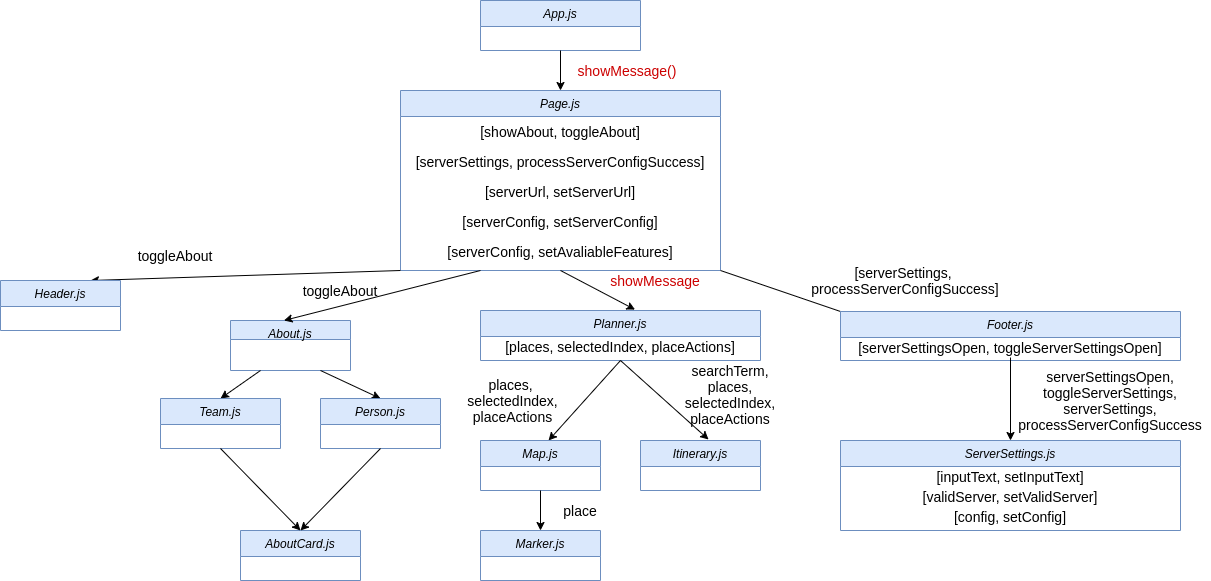
Earlier version of the draw.io export reports/images/ClientComponentDiagramSP2.png (tmanbarton/cs314Project). Source tidied: cells renumbered, new cells last; positions are measured from the earlier drawing's top-left corner, leaving out a move shared by most shapes.
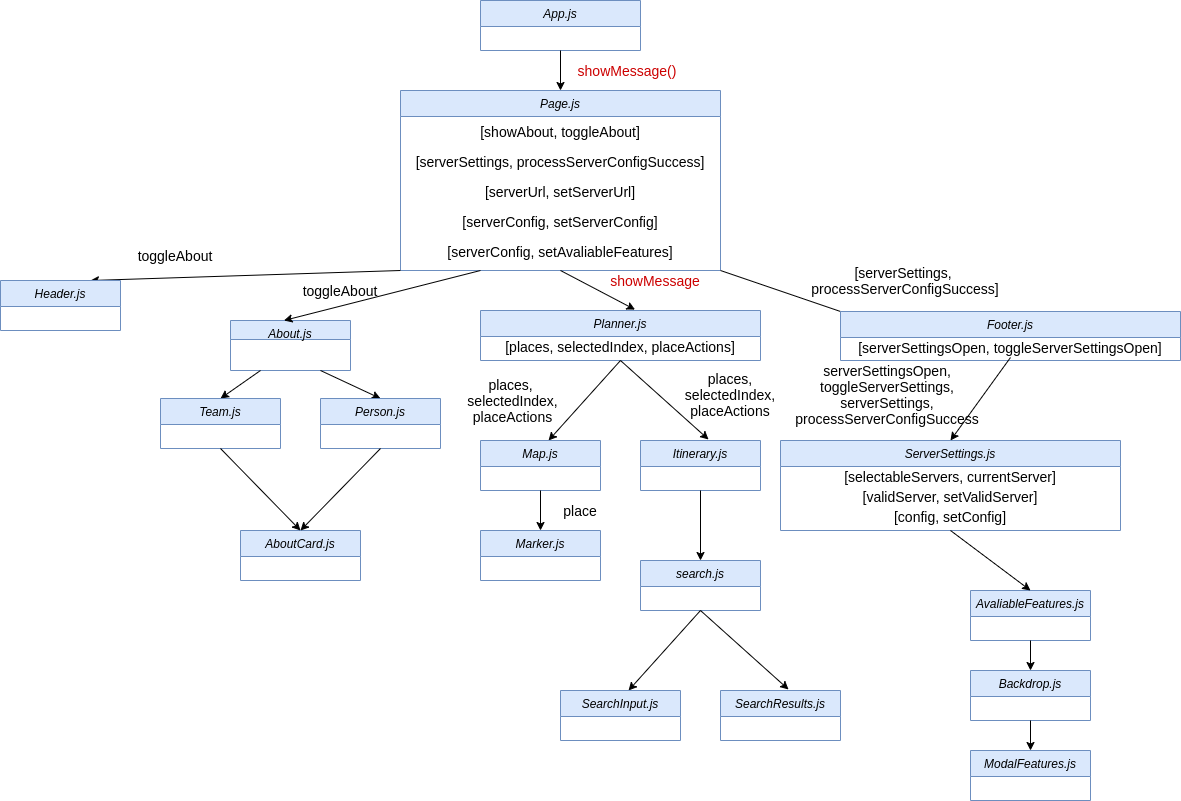
The same diagram one commit later.

Commit message:
Updated Client Component Diagram after revisions discussed in class.

Diff of the diagram source:
```diff
@@ -87,9 +87,9 @@
       <mxGeometry x="640" y="440" width="120" height="50" as="geometry" />
     </mxCell>
     <mxCell id="30" value="ServerSettings.js&#10;" style="swimlane;fontStyle=2;align=center;verticalAlign=top;horizontal=1;startSize=26;rounded=0;shadow=0;strokeWidth=1;fillColor=#dae8fc;strokeColor=#6c8ebf;" parent="1" vertex="1">
-      <mxGeometry x="840" y="440" width="340" height="90" as="geometry" />
+      <mxGeometry x="780" y="440" width="340" height="90" as="geometry" />
     </mxCell>
-    <mxCell id="31" value="[inputText, setInputText]" style="text;html=1;strokeColor=none;fillColor=none;align=center;verticalAlign=middle;whiteSpace=wrap;rounded=0;fontColor=#000000;fontSize=14;" parent="30" vertex="1">
+    <mxCell id="31" value="[selectableServers, currentServer]" style="text;html=1;strokeColor=none;fillColor=none;align=center;verticalAlign=middle;whiteSpace=wrap;rounded=0;fontColor=#000000;fontSize=14;" parent="30" vertex="1">
       <mxGeometry y="26" width="340" height="20" as="geometry" />
     </mxCell>
     <mxCell id="32" value="[validServer, setValidServer]" style="text;html=1;strokeColor=none;fillColor=none;align=center;verticalAlign=middle;whiteSpace=wrap;rounded=0;fontColor=#000000;fontSize=14;" parent="30" vertex="1">
@@ -107,11 +107,11 @@
     <mxCell id="36" value="places, &lt;br&gt;selectedIndex, placeActions" style="text;html=1;strokeColor=none;fillColor=none;align=center;verticalAlign=middle;whiteSpace=wrap;rounded=0;rotation=0;fontSize=14;" parent="1" vertex="1">
       <mxGeometry x="440" y="390" width="145" height="20" as="geometry" />
     </mxCell>
-    <mxCell id="37" value="searchTerm,&lt;br&gt;places, selectedIndex, placeActions" style="text;html=1;strokeColor=none;fillColor=none;align=center;verticalAlign=middle;whiteSpace=wrap;rounded=0;fontSize=14;" parent="1" vertex="1">
+    <mxCell id="37" value="places, selectedIndex, placeActions" style="text;html=1;strokeColor=none;fillColor=none;align=center;verticalAlign=middle;whiteSpace=wrap;rounded=0;fontSize=14;" parent="1" vertex="1">
       <mxGeometry x="700" y="384" width="60" height="20" as="geometry" />
     </mxCell>
     <mxCell id="38" value="serverSettingsOpen, toggleServerSettings, serverSettings, processServerConfigSuccess" style="text;html=1;strokeColor=none;fillColor=none;align=center;verticalAlign=middle;whiteSpace=wrap;rounded=0;fontSize=14;fontColor=#000000;" parent="1" vertex="1">
-      <mxGeometry x="1010" y="360" width="200" height="80" as="geometry" />
+      <mxGeometry x="787" y="354" width="200" height="80" as="geometry" />
     </mxCell>
     <mxCell id="39" style="endArrow=classic;html=1;exitX=0.25;exitY=1;exitDx=0;exitDy=0;entryX=0.5;entryY=0;entryDx=0;entryDy=0;" parent="1" edge="1" source="14" target="41">
       <mxGeometry relative="1" as="geometry" />
@@ -137,5 +137,49 @@
     <mxCell id="46" value="place" style="text;html=1;strokeColor=none;fillColor=none;align=center;verticalAlign=middle;whiteSpace=wrap;rounded=0;fontSize=14;" parent="1" vertex="1">
       <mxGeometry x="550" y="500" width="60" height="20" as="geometry" />
     </mxCell>
+    <mxCell id="47" style="endArrow=classic;html=1;exitX=0.5;exitY=1;exitDx=0;exitDy=0;" parent="1" edge="1" source="29">
+      <mxGeometry relative="1" as="geometry">
+        <mxPoint x="700" y="560" as="targetPoint" />
+      </mxGeometry>
+    </mxCell>
+    <mxCell id="48" value="search.js" style="swimlane;fontStyle=2;align=center;verticalAlign=top;horizontal=1;startSize=26;rounded=0;shadow=0;strokeWidth=1;fillColor=#dae8fc;strokeColor=#6c8ebf;" parent="1" vertex="1">
+      <mxGeometry x="640" y="560" width="120" height="50" as="geometry" />
+    </mxCell>
+    <mxCell id="49" style="endArrow=classic;html=1;fontColor=#CC0000;entryX=0.567;entryY=0;entryDx=0;entryDy=0;entryPerimeter=0;exitX=0.5;exitY=1;exitDx=0;exitDy=0;" parent="1" edge="1" target="50">
+      <mxGeometry relative="1" as="geometry">
+        <mxPoint x="700" y="610" as="sourcePoint" />
+      </mxGeometry>
+    </mxCell>
+    <mxCell id="50" value="SearchInput.js" style="swimlane;fontStyle=2;align=center;verticalAlign=top;horizontal=1;startSize=26;rounded=0;shadow=0;strokeWidth=1;fillColor=#dae8fc;strokeColor=#6c8ebf;" parent="1" vertex="1">
+      <mxGeometry x="560" y="690" width="120" height="50" as="geometry" />
+    </mxCell>
+    <mxCell id="51" value="SearchResults.js" style="swimlane;fontStyle=2;align=center;verticalAlign=top;horizontal=1;startSize=26;rounded=0;shadow=0;strokeWidth=1;fillColor=#dae8fc;strokeColor=#6c8ebf;" parent="1" vertex="1">
+      <mxGeometry x="720" y="690" width="120" height="50" as="geometry" />
+    </mxCell>
+    <mxCell id="52" style="endArrow=classic;html=1;fontColor=#CC0000;entryX=0.567;entryY=-0.02;entryDx=0;entryDy=0;entryPerimeter=0;exitX=0.5;exitY=1;exitDx=0;exitDy=0;" parent="1" edge="1" target="51">
+      <mxGeometry relative="1" as="geometry">
+        <mxPoint x="700" y="610" as="sourcePoint" />
+      </mxGeometry>
+    </mxCell>
+    <mxCell id="53" value="AvaliableFeatures.js" style="swimlane;fontStyle=2;align=center;verticalAlign=top;horizontal=1;startSize=26;rounded=0;shadow=0;strokeWidth=1;fillColor=#dae8fc;strokeColor=#6c8ebf;" parent="1" vertex="1">
+      <mxGeometry x="970" y="590" width="120" height="50" as="geometry" />
+    </mxCell>
+    <mxCell id="54" style="endArrow=classic;html=1;fontColor=#CC0000;entryX=0.5;entryY=0;entryDx=0;entryDy=0;exitX=0.5;exitY=1;exitDx=0;exitDy=0;" parent="1" edge="1" target="55">
+      <mxGeometry relative="1" as="geometry">
+        <mxPoint x="1030" y="640" as="sourcePoint" />
+      </mxGeometry>
+    </mxCell>
+    <mxCell id="55" value="Backdrop.js" style="swimlane;fontStyle=2;align=center;verticalAlign=top;horizontal=1;startSize=26;rounded=0;shadow=0;strokeWidth=1;fillColor=#dae8fc;strokeColor=#6c8ebf;" parent="1" vertex="1">
+      <mxGeometry x="970" y="670" width="120" height="50" as="geometry" />
+    </mxCell>
+    <mxCell id="56" value="ModalFeatures.js" style="swimlane;fontStyle=2;align=center;verticalAlign=top;horizontal=1;startSize=26;rounded=0;shadow=0;strokeWidth=1;fillColor=#dae8fc;strokeColor=#6c8ebf;" parent="1" vertex="1">
+      <mxGeometry x="970" y="750" width="120" height="50" as="geometry" />
+    </mxCell>
+    <mxCell id="57" style="endArrow=classic;html=1;exitX=0.5;exitY=1;exitDx=0;exitDy=0;entryX=0.5;entryY=0;entryDx=0;entryDy=0;" parent="1" edge="1" source="30" target="53">
+      <mxGeometry relative="1" as="geometry" />
+    </mxCell>
+    <mxCell id="58" style="endArrow=classic;html=1;exitX=0.5;exitY=1;exitDx=0;exitDy=0;" parent="1" edge="1" source="55" target="56">
+      <mxGeometry relative="1" as="geometry" />
+    </mxCell>
   </root>
 </mxGraphModel>
```
